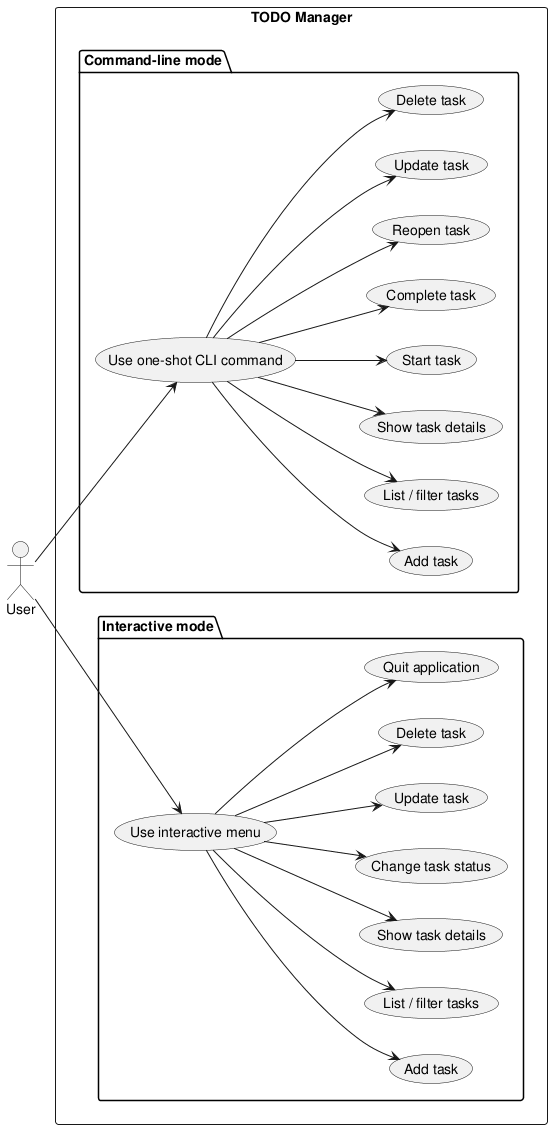
The PlantUML diagram baseline/TODO/artifacts/use_case_diagram.png in DanielRiha8906/Software_autoevolution_using_agents, before a commit. Its diagram source:
```plantuml
@startuml use_case_diagram

left to right direction

actor User

rectangle "TODO Manager" {

  package "Interactive mode" {
    usecase "Use interactive menu" as UI
    usecase "Add task" as I_ADD
    usecase "List / filter tasks" as I_LIST
    usecase "Show task details" as I_SHOW
    usecase "Change task status" as I_STATUS
    usecase "Update task" as I_UPDATE
    usecase "Delete task" as I_DELETE
    usecase "Quit application" as I_QUIT
  }

  package "Command-line mode" {
    usecase "Use one-shot CLI command" as CLI
    usecase "Add task" as C_ADD
    usecase "List / filter tasks" as C_LIST
    usecase "Show task details" as C_SHOW
    usecase "Start task" as C_START
    usecase "Complete task" as C_DONE
    usecase "Reopen task" as C_REOPEN
    usecase "Update task" as C_UPDATE
    usecase "Delete task" as C_DELETE
  }
}

User --> UI
User --> CLI

UI --> I_ADD
UI --> I_LIST
UI --> I_SHOW
UI --> I_STATUS
UI --> I_UPDATE
UI --> I_DELETE
UI --> I_QUIT

CLI --> C_ADD
CLI --> C_LIST
CLI --> C_SHOW
CLI --> C_START
CLI --> C_DONE
CLI --> C_REOPEN
CLI --> C_UPDATE
CLI --> C_DELETE

@enduml
```
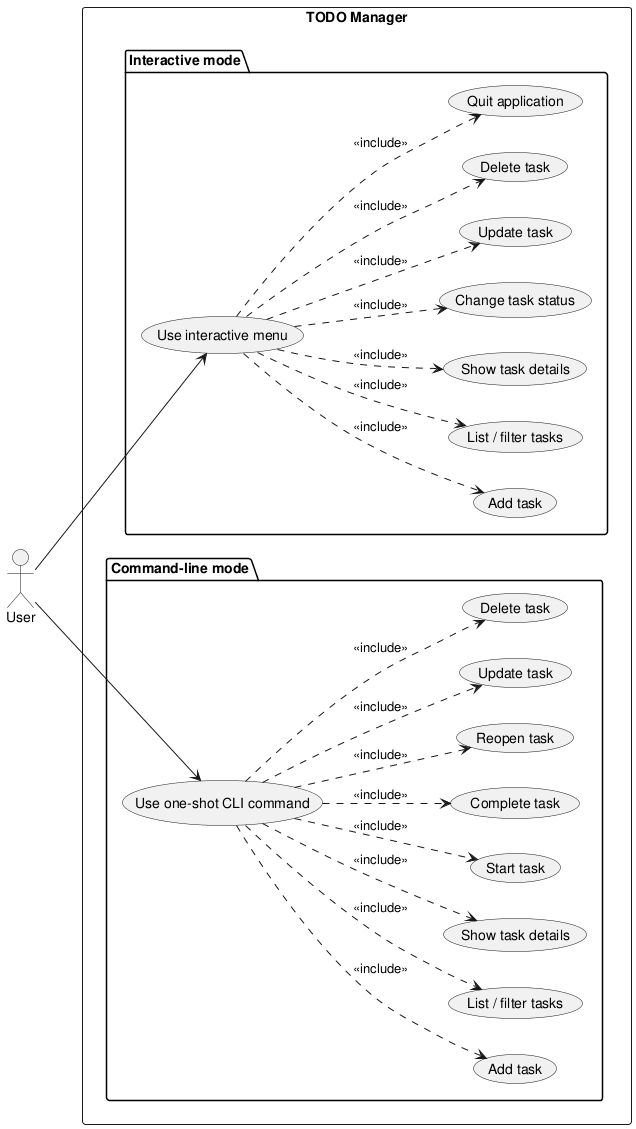
After the change.

What changed in the source:
```diff
@@ -33,21 +33,21 @@
 User --> UI
 User --> CLI
 
-UI --> I_ADD
-UI --> I_LIST
-UI --> I_SHOW
-UI --> I_STATUS
-UI --> I_UPDATE
-UI --> I_DELETE
-UI --> I_QUIT
+UI ..> I_ADD    : <<include>>
+UI ..> I_LIST   : <<include>>
+UI ..> I_SHOW   : <<include>>
+UI ..> I_STATUS : <<include>>
+UI ..> I_UPDATE : <<include>>
+UI ..> I_DELETE : <<include>>
+UI ..> I_QUIT   : <<include>>
 
-CLI --> C_ADD
-CLI --> C_LIST
-CLI --> C_SHOW
-CLI --> C_START
-CLI --> C_DONE
-CLI --> C_REOPEN
-CLI --> C_UPDATE
-CLI --> C_DELETE
+CLI ..> C_ADD    : <<include>>
+CLI ..> C_LIST   : <<include>>
+CLI ..> C_SHOW   : <<include>>
+CLI ..> C_START  : <<include>>
+CLI ..> C_DONE   : <<include>>
+CLI ..> C_REOPEN : <<include>>
+CLI ..> C_UPDATE : <<include>>
+CLI ..> C_DELETE : <<include>>
 
 @enduml
```
